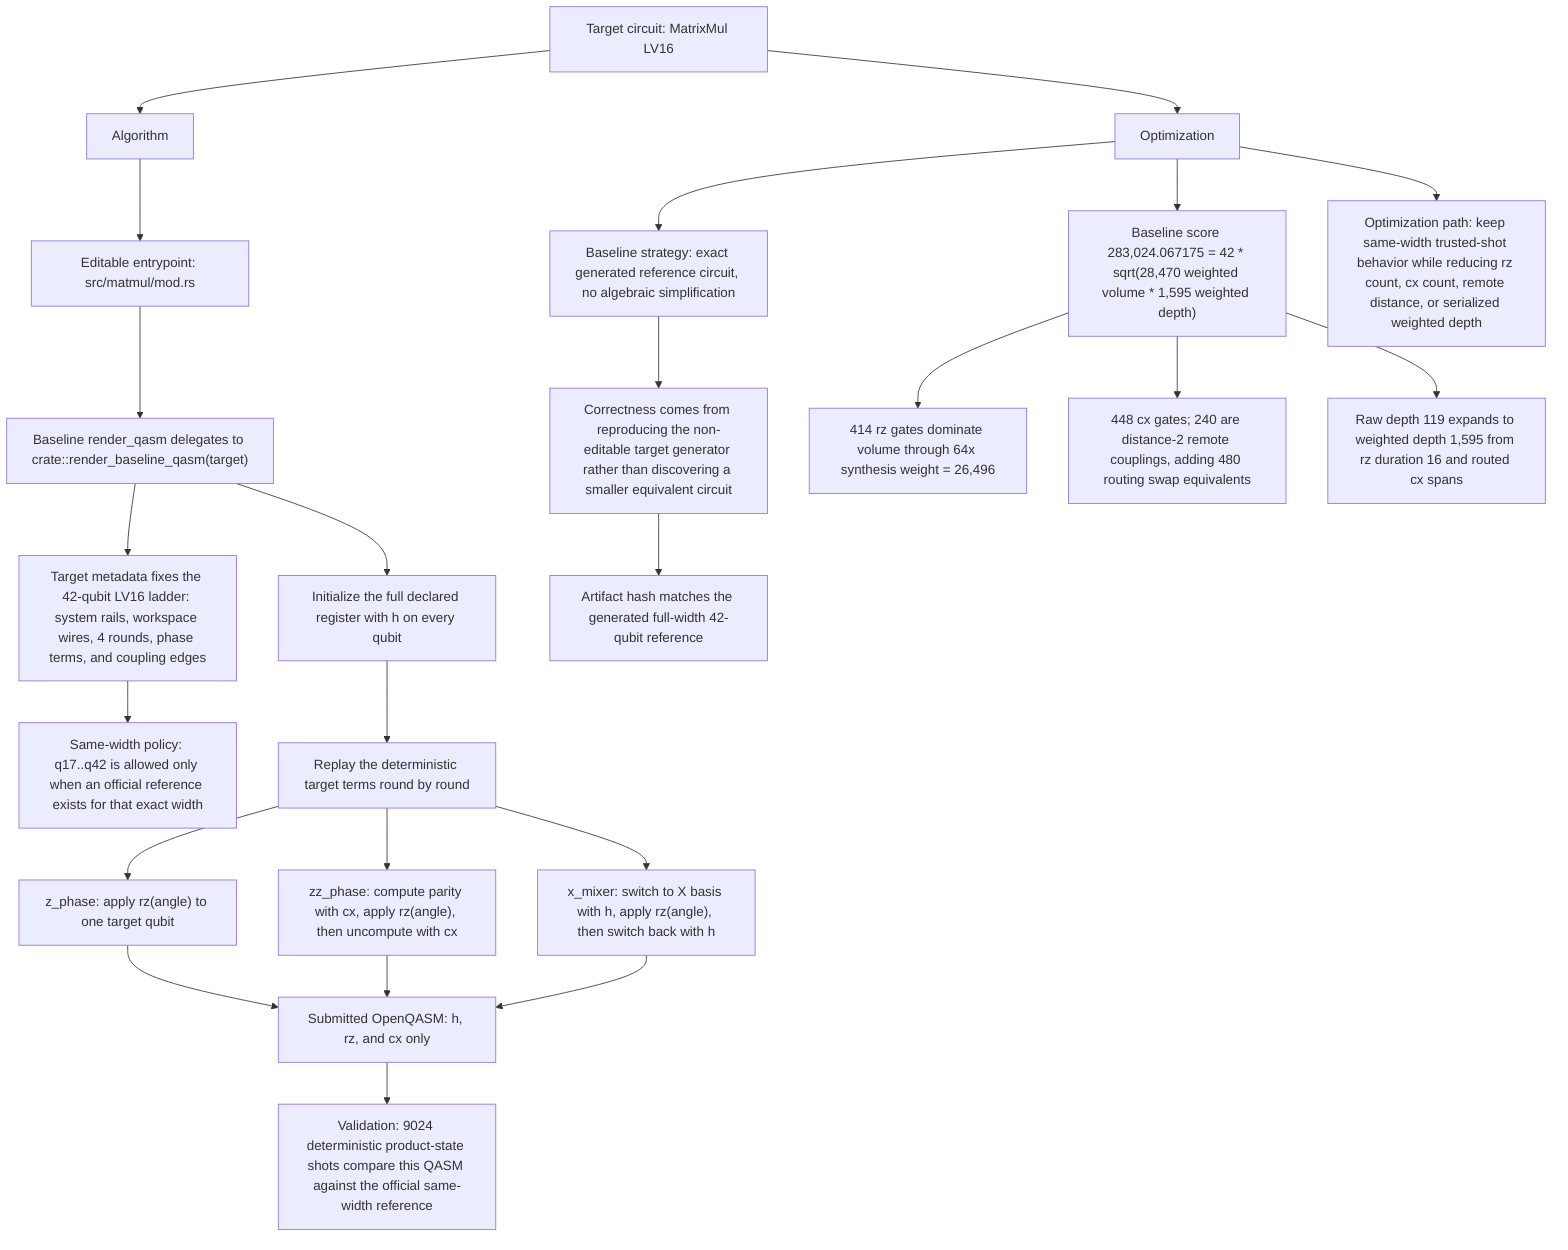
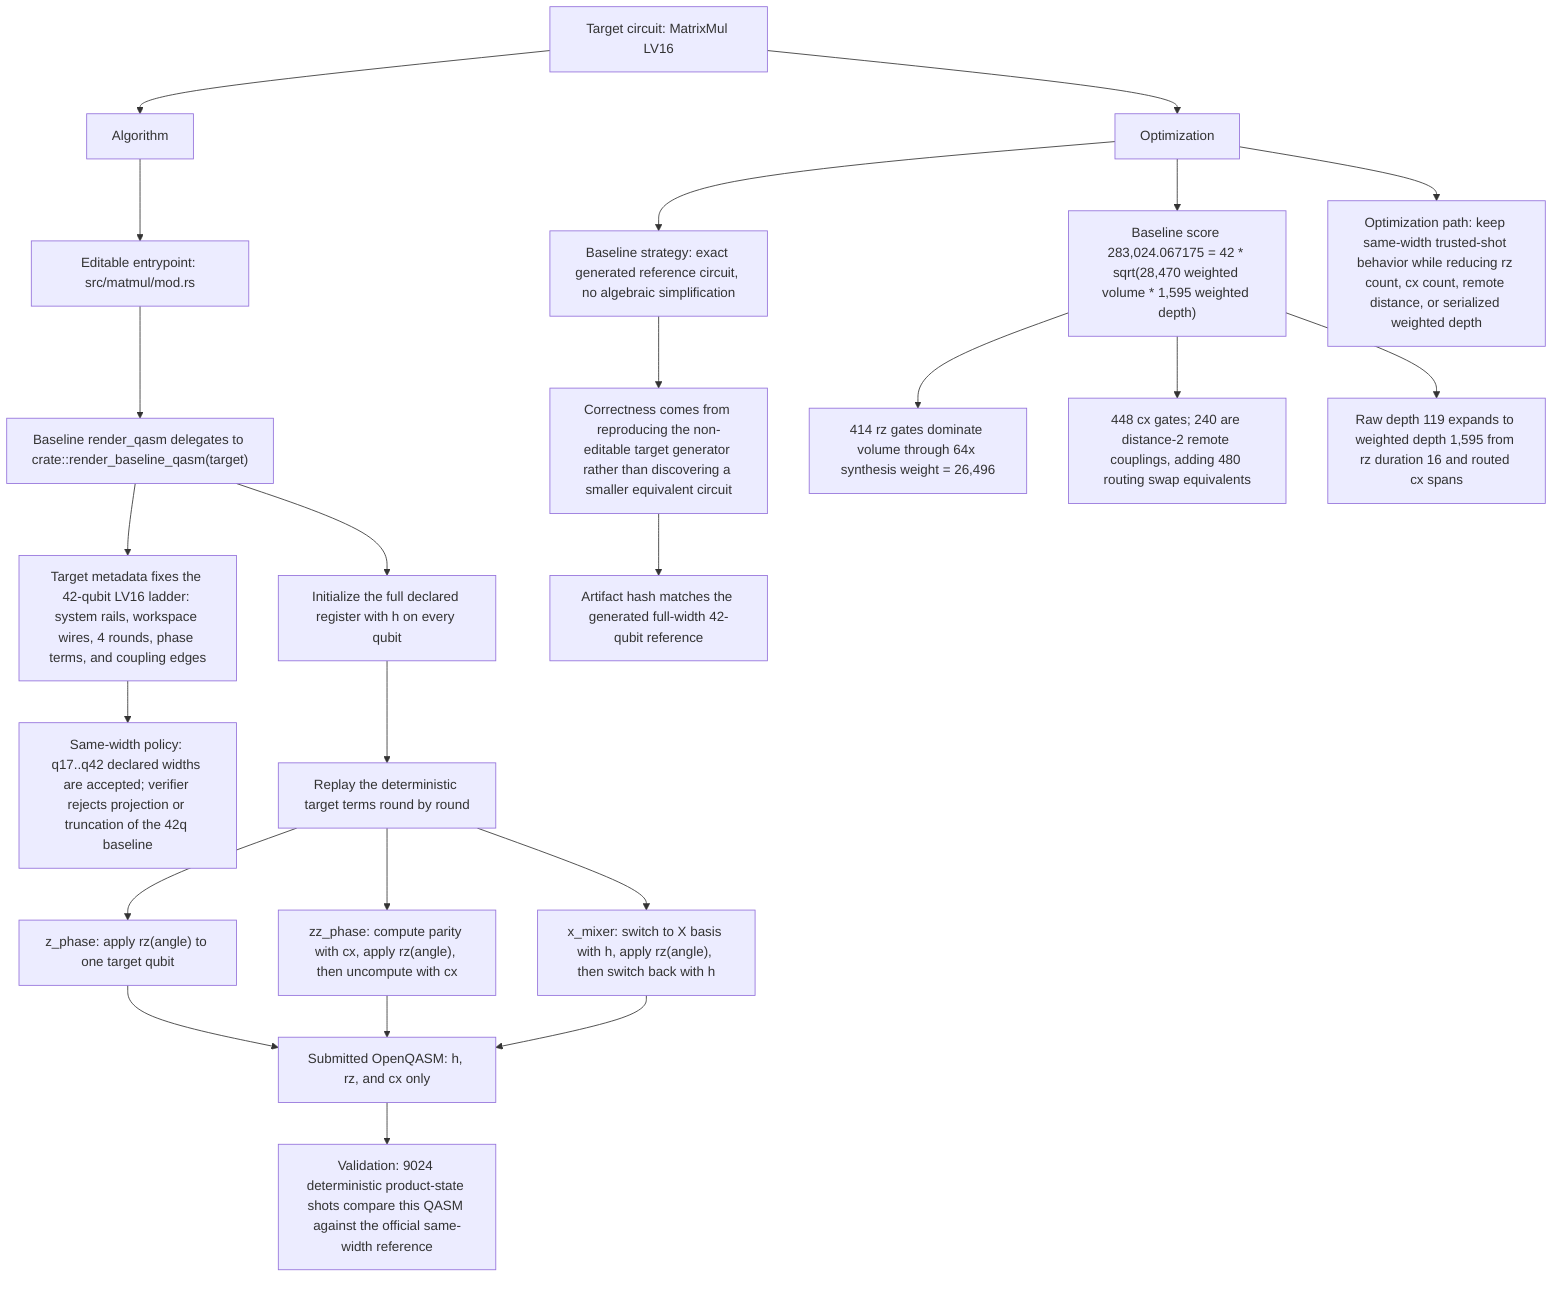
flowchart TD
  target["Target circuit: MatrixMul LV16"]
  algorithm["Algorithm"]
  optimization["Optimization"]

  target --> algorithm
  target --> optimization

  algorithm --> Editable["Editable entrypoint: src/matmul/mod.rs"]
  Editable --> Delegate["Baseline render_qasm delegates to crate::render_baseline_qasm(target)"]
  Delegate --> Metadata["Target metadata fixes the 42-qubit LV16 ladder: system rails, workspace wires, 4 rounds, phase terms, and coupling edges"]
-   Metadata --> Policy["Same-width policy: q17..q42 is allowed only when an official reference exists for that exact width"]
+   Metadata --> Policy["Same-width policy: q17..q42 declared widths are accepted; verifier rejects projection or truncation of the 42q baseline"]
  Delegate --> Prep["Initialize the full declared register with h on every qubit"]
  Prep --> Rounds["Replay the deterministic target terms round by round"]
  Rounds --> ZPhase["z_phase: apply rz(angle) to one target qubit"]
  Rounds --> ZZPhase["zz_phase: compute parity with cx, apply rz(angle), then uncompute with cx"]
  Rounds --> XMixer["x_mixer: switch to X basis with h, apply rz(angle), then switch back with h"]
  ZPhase --> QASM["Submitted OpenQASM: h, rz, and cx only"]
  ZZPhase --> QASM
  XMixer --> QASM
  QASM --> Validation["Validation: 9024 deterministic product-state shots compare this QASM against the official same-width reference"]

  optimization --> Baseline["Baseline strategy: exact generated reference circuit, no algebraic simplification"]
  Baseline --> Correctness["Correctness comes from reproducing the non-editable target generator rather than discovering a smaller equivalent circuit"]
  Correctness --> Hash["Artifact hash matches the generated full-width 42-qubit reference"]
  optimization --> Score["Baseline score 283,024.067175 = 42 * sqrt(28,470 weighted volume * 1,595 weighted depth)"]
  Score --> Rotations["414 rz gates dominate volume through 64x synthesis weight = 26,496"]
  Score --> Entangling["448 cx gates; 240 are distance-2 remote couplings, adding 480 routing swap equivalents"]
  Score --> Depth["Raw depth 119 expands to weighted depth 1,595 from rz duration 16 and routed cx spans"]
  optimization --> Opportunity["Optimization path: keep same-width trusted-shot behavior while reducing rz count, cx count, remote distance, or serialized weighted depth"]
